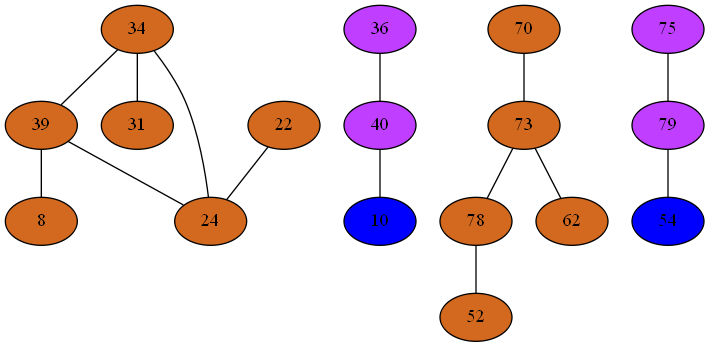
Earlier version of the Graphviz export Compiler/15phiGraph.png (mbajaj92/Project-Astoria). Its source is kept beside it as Compiler/15phiGraph.dot.
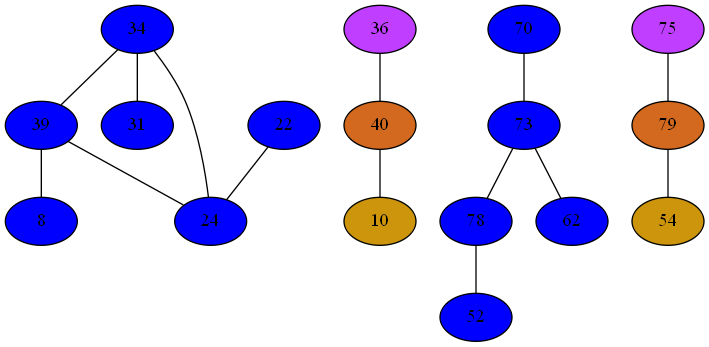
Above is the later version.

Change to the diagram source:
```diff
@@ -1,47 +1,47 @@
 strict graph {
-34[label="34" style=filled fillcolor="chocolate"];
+34[label="34" style=filled fillcolor="blue1"];
 34 -- 39
 34 -- 24
 34 -- 31
 36[label="36" style=filled fillcolor="darkorchid1"];
 36 -- 40
-70[label="70" style=filled fillcolor="chocolate"];
+70[label="70" style=filled fillcolor="blue1"];
 70 -- 73
-39[label="39" style=filled fillcolor="chocolate"];
+39[label="39" style=filled fillcolor="blue1"];
 39 -- 34
 39 -- 8
 39 -- 24
-8[label="8" style=filled fillcolor="chocolate"];
+8[label="8" style=filled fillcolor="blue1"];
 8 -- 39
-40[label="40" style=filled fillcolor="darkorchid1"];
+40[label="40" style=filled fillcolor="chocolate"];
 40 -- 36
 40 -- 10
-73[label="73" style=filled fillcolor="chocolate"];
+73[label="73" style=filled fillcolor="blue1"];
 73 -- 70
 73 -- 78
 73 -- 62
-10[label="10" style=filled fillcolor="blue1"];
+10[label="10" style=filled fillcolor="darkgoldenrod3"];
 10 -- 40
 75[label="75" style=filled fillcolor="darkorchid1"];
 75 -- 79
-78[label="78" style=filled fillcolor="chocolate"];
+78[label="78" style=filled fillcolor="blue1"];
 78 -- 52
 78 -- 73
-79[label="79" style=filled fillcolor="darkorchid1"];
+79[label="79" style=filled fillcolor="chocolate"];
 79 -- 54
 79 -- 75
-52[label="52" style=filled fillcolor="chocolate"];
+52[label="52" style=filled fillcolor="blue1"];
 52 -- 78
-22[label="22" style=filled fillcolor="chocolate"];
+22[label="22" style=filled fillcolor="blue1"];
 22 -- 24
-54[label="54" style=filled fillcolor="blue1"];
+54[label="54" style=filled fillcolor="darkgoldenrod3"];
 54 -- 79
-24[label="24" style=filled fillcolor="chocolate"];
+24[label="24" style=filled fillcolor="blue1"];
 24 -- 34
 24 -- 22
 24 -- 39
-62[label="62" style=filled fillcolor="chocolate"];
+62[label="62" style=filled fillcolor="blue1"];
 62 -- 73
-31[label="31" style=filled fillcolor="chocolate"];
+31[label="31" style=filled fillcolor="blue1"];
 31 -- 34
 }
```
